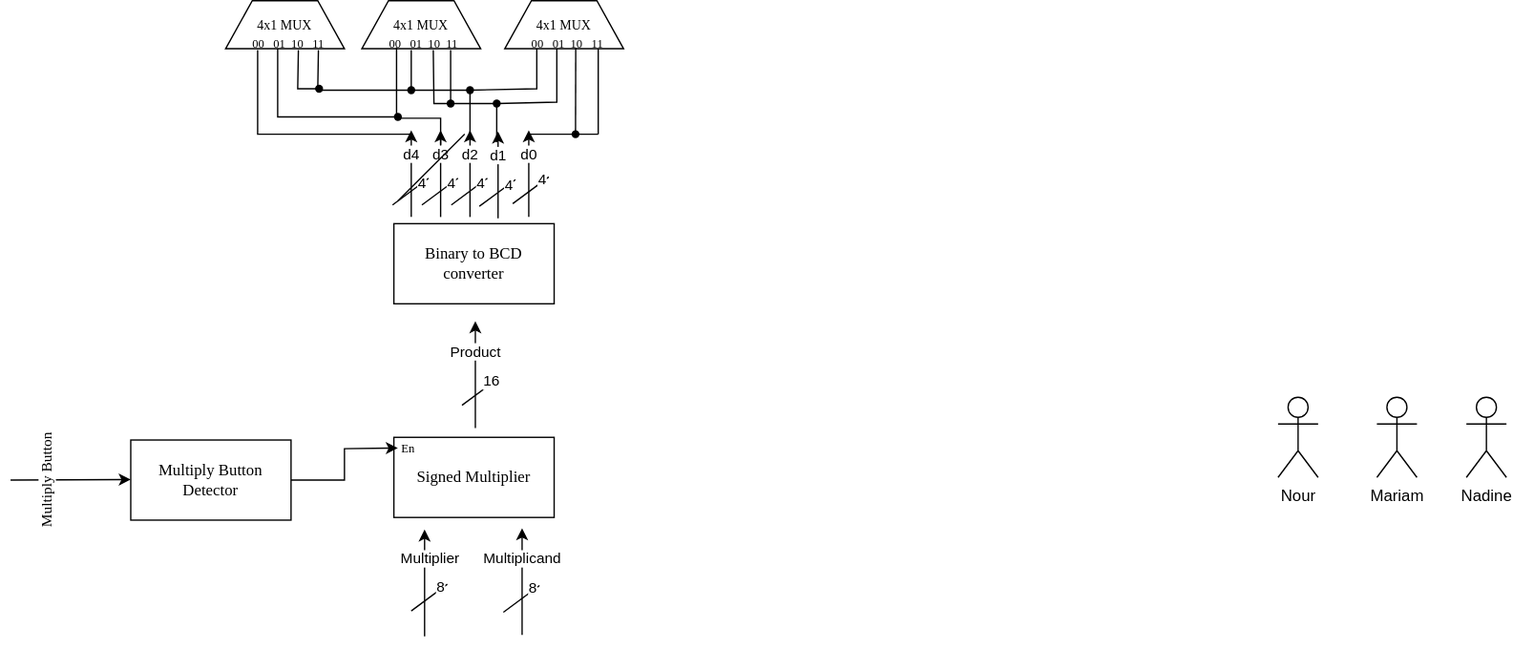
This is signed-multiplier.drawio.svg from nkasaby/Signed-Multiplier, a draw.io export, as it was before one commit. Source tidied: cells renumbered, new cells last; positions are measured from the earlier drawing's top-left corner, leaving out a move shared by most shapes.
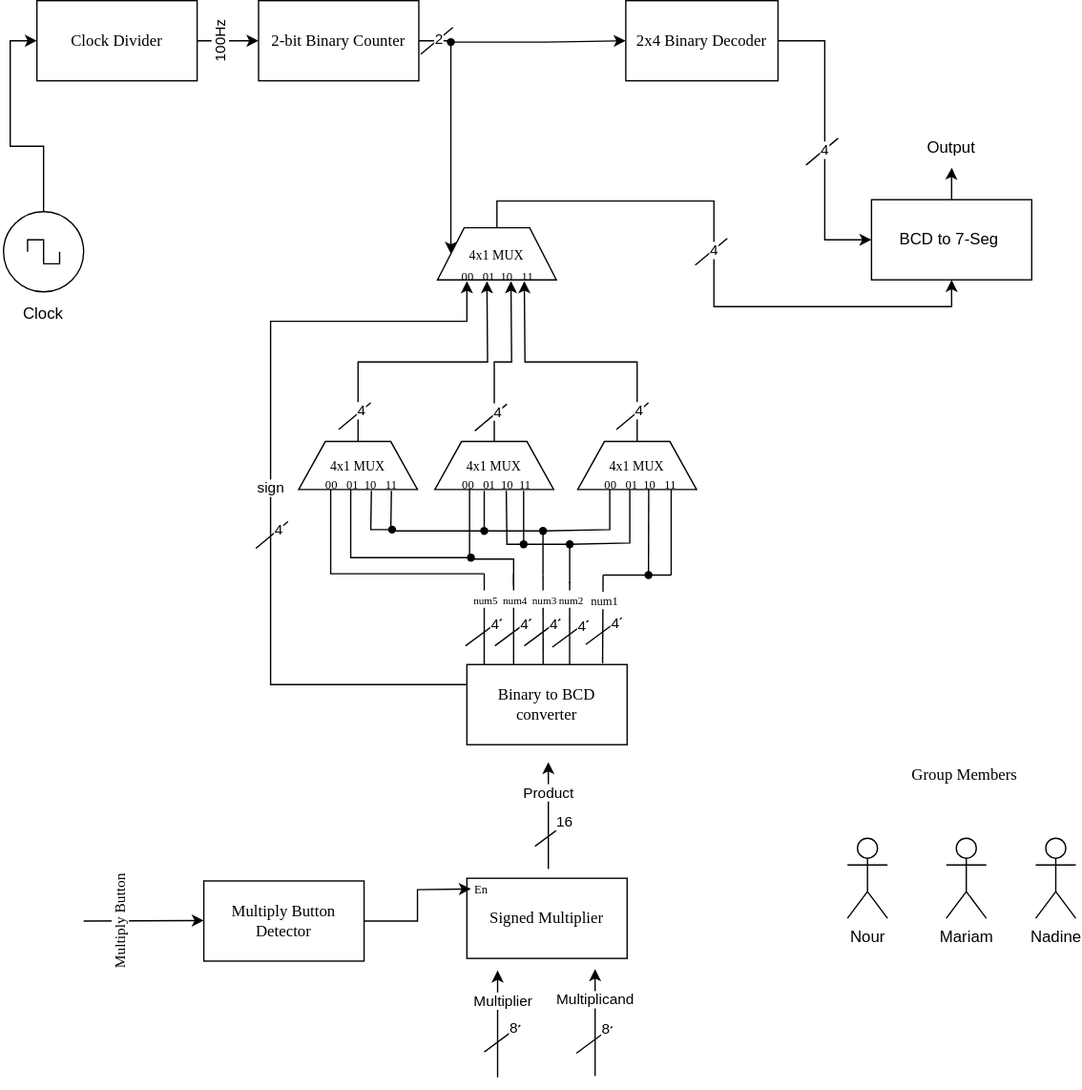
The same diagram one commit later.

Change to the diagram source:
```diff
@@ -65,2 +65,15 @@
     </mxCell>
+    <mxCell id="74" style="edgeStyle=orthogonalEdgeStyle;rounded=0;jettySize=auto;html=1;exitX=0;exitY=0.25;exitDx=0;exitDy=0;" parent="1" edge="1" source="15">
+      <mxGeometry relative="1" as="geometry">
+        <mxPoint x="287" y="-120" as="targetPoint" />
+        <Array as="points">
+          <mxPoint x="140" y="182" />
+          <mxPoint x="140" y="-90" />
+          <mxPoint x="287" y="-90" />
+        </Array>
+      </mxGeometry>
+    </mxCell>
+    <mxCell id="75" value="sign" style="edgeLabel;html=1;align=center;verticalAlign=middle;" parent="74" vertex="1">
+      <mxGeometry x="-0.01" y="1" relative="1" as="geometry" />
+    </mxCell>
     <mxCell id="15" value="&lt;font face=&quot;Times New Roman&quot;&gt;Binary to BCD converter&lt;/font&gt;" style="rounded=0;whiteSpace=wrap;html=1;" parent="1" vertex="1">
@@ -68,13 +81,2 @@
     </mxCell>
-    <mxCell id="16" style="endArrow=classic;html=1;rounded=0;" parent="1" edge="1">
-      <mxGeometry relative="1" as="geometry">
-        <mxPoint x="300" y="162" as="sourcePoint" />
-        <mxPoint x="300" y="97" as="targetPoint" />
-      </mxGeometry>
-    </mxCell>
-    <mxCell id="17" value="d4" style="edgeLabel;html=1;align=center;verticalAlign=middle;" parent="16" vertex="1">
-      <mxGeometry x="0.43" y="1" relative="1" as="geometry">
-        <mxPoint y="-1" as="offset" />
-      </mxGeometry>
-    </mxCell>
     <mxCell id="18" style="endArrow=none;html=1;rounded=0;" parent="1" edge="1">
@@ -90,13 +92,2 @@
     </mxCell>
-    <mxCell id="20" style="endArrow=classic;html=1;rounded=0;" parent="1" edge="1">
-      <mxGeometry relative="1" as="geometry">
-        <mxPoint x="322" y="162" as="sourcePoint" />
-        <mxPoint x="322" y="97" as="targetPoint" />
-      </mxGeometry>
-    </mxCell>
-    <mxCell id="21" value="d3" style="edgeLabel;html=1;align=center;verticalAlign=middle;" parent="20" vertex="1">
-      <mxGeometry x="0.43" y="1" relative="1" as="geometry">
-        <mxPoint y="-1" as="offset" />
-      </mxGeometry>
-    </mxCell>
     <mxCell id="22" style="endArrow=none;html=1;rounded=0;" parent="1" edge="1">
@@ -112,13 +103,2 @@
     </mxCell>
-    <mxCell id="24" style="endArrow=classic;html=1;rounded=0;" parent="1" edge="1">
-      <mxGeometry relative="1" as="geometry">
-        <mxPoint x="344" y="162" as="sourcePoint" />
-        <mxPoint x="344" y="97" as="targetPoint" />
-      </mxGeometry>
-    </mxCell>
-    <mxCell id="25" value="d2" style="edgeLabel;html=1;align=center;verticalAlign=middle;" parent="24" vertex="1">
-      <mxGeometry x="0.43" y="1" relative="1" as="geometry">
-        <mxPoint y="-1" as="offset" />
-      </mxGeometry>
-    </mxCell>
     <mxCell id="26" style="endArrow=none;html=1;rounded=0;" parent="1" edge="1">
@@ -134,13 +114,2 @@
     </mxCell>
-    <mxCell id="28" style="endArrow=classic;html=1;rounded=0;" parent="1" edge="1">
-      <mxGeometry relative="1" as="geometry">
-        <mxPoint x="365" y="163" as="sourcePoint" />
-        <mxPoint x="365" y="98" as="targetPoint" />
-      </mxGeometry>
-    </mxCell>
-    <mxCell id="29" value="d1" style="edgeLabel;html=1;align=center;verticalAlign=middle;" parent="28" vertex="1">
-      <mxGeometry x="0.43" y="1" relative="1" as="geometry">
-        <mxPoint y="-1" as="offset" />
-      </mxGeometry>
-    </mxCell>
     <mxCell id="30" style="endArrow=none;html=1;rounded=0;" parent="1" edge="1">
@@ -156,13 +125,2 @@
     </mxCell>
-    <mxCell id="32" style="endArrow=classic;html=1;rounded=0;" parent="1" edge="1">
-      <mxGeometry relative="1" as="geometry">
-        <mxPoint x="388" y="162" as="sourcePoint" />
-        <mxPoint x="388" y="97" as="targetPoint" />
-      </mxGeometry>
-    </mxCell>
-    <mxCell id="33" value="d0" style="edgeLabel;html=1;align=center;verticalAlign=middle;" parent="32" vertex="1">
-      <mxGeometry x="0.43" y="1" relative="1" as="geometry">
-        <mxPoint y="-1" as="offset" />
-      </mxGeometry>
-    </mxCell>
     <mxCell id="34" style="endArrow=none;html=1;rounded=0;" parent="1" edge="1">
@@ -174,13 +132,20 @@
     <mxCell id="35" value="4" style="edgeLabel;html=1;align=center;verticalAlign=middle;" parent="34" vertex="1">
-      <mxGeometry x="0.68" y="3" relative="1" as="geometry" />
+      <mxGeometry x="0.68" y="3" relative="1" as="geometry">
+        <mxPoint y="2" as="offset" />
+      </mxGeometry>
     </mxCell>
     <mxCell id="36" value="Nour" style="shape=umlActor;verticalLabelPosition=bottom;verticalAlign=top;html=1;" parent="1" vertex="1">
-      <mxGeometry x="949" y="297" width="30" height="60" as="geometry" />
+      <mxGeometry x="572" y="297" width="30" height="60" as="geometry" />
     </mxCell>
     <mxCell id="37" value="Mariam" style="shape=umlActor;verticalLabelPosition=bottom;verticalAlign=top;html=1;" parent="1" vertex="1">
-      <mxGeometry x="1023" y="297" width="30" height="60" as="geometry" />
+      <mxGeometry x="646" y="297" width="30" height="60" as="geometry" />
     </mxCell>
     <mxCell id="38" value="Nadine" style="shape=umlActor;verticalLabelPosition=bottom;verticalAlign=top;html=1;" parent="1" vertex="1">
-      <mxGeometry x="1090" y="297" width="30" height="60" as="geometry" />
+      <mxGeometry x="713" y="297" width="30" height="60" as="geometry" />
     </mxCell>
+    <mxCell id="76" style="edgeStyle=orthogonalEdgeStyle;rounded=0;jettySize=auto;html=1;exitX=0.5;exitY=0;exitDx=0;exitDy=0;" parent="1" edge="1" source="39">
+      <mxGeometry relative="1" as="geometry">
+        <mxPoint x="330" y="-120" as="targetPoint" />
+      </mxGeometry>
+    </mxCell>
     <mxCell id="39" value="&lt;font style=&quot;font-size: 10px;&quot; face=&quot;Times New Roman&quot;&gt;4x1 MUX&lt;/font&gt;" style="shape=trapezoid;perimeter=trapezoidPerimeter;whiteSpace=wrap;html=1;fixedSize=1;" parent="1" vertex="1">
@@ -188,8 +153,2 @@
     </mxCell>
-    <mxCell id="40" style="endArrow=none;html=1;rounded=0;" parent="1" edge="1">
-      <mxGeometry relative="1" as="geometry">
-        <mxPoint x="290" y="150" as="sourcePoint" />
-        <mxPoint x="340" y="100" as="targetPoint" />
-      </mxGeometry>
-    </mxCell>
     <mxCell id="41" style="endArrow=none;html=1;rounded=0;" parent="1" edge="1">
@@ -245,2 +204,7 @@
     </mxCell>
+    <mxCell id="77" style="edgeStyle=orthogonalEdgeStyle;rounded=0;jettySize=auto;html=1;exitX=0.5;exitY=0;exitDx=0;exitDy=0;" parent="1" edge="1" source="49">
+      <mxGeometry relative="1" as="geometry">
+        <mxPoint x="320" y="-120" as="targetPoint" />
+      </mxGeometry>
+    </mxCell>
     <mxCell id="49" value="&lt;font style=&quot;font-size: 10px;&quot; face=&quot;Times New Roman&quot;&gt;4x1 MUX&lt;/font&gt;" style="shape=trapezoid;perimeter=trapezoidPerimeter;whiteSpace=wrap;html=1;fixedSize=1;" parent="1" vertex="1">
@@ -248,2 +212,7 @@
     </mxCell>
+    <mxCell id="78" style="edgeStyle=orthogonalEdgeStyle;rounded=0;jettySize=auto;html=1;exitX=0.5;exitY=0;exitDx=0;exitDy=0;" parent="1" edge="1" source="50">
+      <mxGeometry relative="1" as="geometry">
+        <mxPoint x="302" y="-120" as="targetPoint" />
+      </mxGeometry>
+    </mxCell>
     <mxCell id="50" value="&lt;font style=&quot;font-size: 10px;&quot; face=&quot;Times New Roman&quot;&gt;4x1 MUX&lt;/font&gt;" style="shape=trapezoid;perimeter=trapezoidPerimeter;whiteSpace=wrap;html=1;fixedSize=1;" parent="1" vertex="1">
@@ -347,6 +316,6 @@
       <mxGeometry relative="1" as="geometry">
-        <mxPoint x="300" y="100" as="sourcePoint" />
-        <mxPoint x="185" y="37" as="targetPoint" />
+        <mxPoint x="300" y="99" as="sourcePoint" />
+        <mxPoint x="185" y="36" as="targetPoint" />
         <Array as="points">
-          <mxPoint x="185" y="100" />
+          <mxPoint x="185" y="99" />
         </Array>
@@ -376,2 +345,178 @@
     </mxCell>
+    <mxCell id="79" style="edgeStyle=orthogonalEdgeStyle;rounded=0;jettySize=auto;html=1;exitX=0.5;exitY=0;exitDx=0;exitDy=0;entryX=0.5;entryY=1;entryDx=0;entryDy=0;" parent="1" edge="1" source="80" target="91">
+      <mxGeometry relative="1" as="geometry" />
+    </mxCell>
+    <mxCell id="80" value="&lt;font style=&quot;font-size: 10px;&quot; face=&quot;Times New Roman&quot;&gt;4x1 MUX&lt;/font&gt;" style="shape=trapezoid;perimeter=trapezoidPerimeter;whiteSpace=wrap;html=1;fixedSize=1;" parent="1" vertex="1">
+      <mxGeometry x="265" y="-160" width="89" height="39" as="geometry" />
+    </mxCell>
+    <mxCell id="81" value="&lt;font style=&quot;font-size: 9px;&quot; face=&quot;Times New Roman&quot;&gt;&amp;nbsp; &amp;nbsp;00&amp;nbsp; &amp;nbsp;01&amp;nbsp; 10&amp;nbsp; &amp;nbsp;11&amp;nbsp;&lt;/font&gt;" style="text;html=1;strokeColor=none;fillColor=none;align=center;verticalAlign=middle;whiteSpace=wrap;rounded=0;" parent="1" vertex="1">
+      <mxGeometry x="272.5" y="-137" width="70" height="25" as="geometry" />
+    </mxCell>
+    <mxCell id="82" style="endArrow=none;html=1;rounded=0;" parent="1" edge="1">
+      <mxGeometry relative="1" as="geometry">
+        <mxPoint x="129" y="80" as="sourcePoint" />
+        <mxPoint x="153" y="60" as="targetPoint" />
+      </mxGeometry>
+    </mxCell>
+    <mxCell id="83" value="4" style="edgeLabel;html=1;align=center;verticalAlign=middle;" parent="82" vertex="1">
+      <mxGeometry x="0.39" y="1" relative="1" as="geometry" />
+    </mxCell>
+    <mxCell id="84" style="endArrow=none;html=1;rounded=0;" parent="1" edge="1">
+      <mxGeometry relative="1" as="geometry">
+        <mxPoint x="191" y="-9" as="sourcePoint" />
+        <mxPoint x="215" y="-29" as="targetPoint" />
+      </mxGeometry>
+    </mxCell>
+    <mxCell id="85" value="4" style="edgeLabel;html=1;align=center;verticalAlign=middle;" parent="84" vertex="1">
+      <mxGeometry x="0.39" y="1" relative="1" as="geometry" />
+    </mxCell>
+    <mxCell id="86" style="endArrow=none;html=1;rounded=0;" parent="1" edge="1">
+      <mxGeometry relative="1" as="geometry">
+        <mxPoint x="293" y="-8" as="sourcePoint" />
+        <mxPoint x="317" y="-28" as="targetPoint" />
+      </mxGeometry>
+    </mxCell>
+    <mxCell id="87" value="4" style="edgeLabel;html=1;align=center;verticalAlign=middle;" parent="86" vertex="1">
+      <mxGeometry x="0.39" y="1" relative="1" as="geometry" />
+    </mxCell>
+    <mxCell id="88" style="endArrow=none;html=1;rounded=0;" parent="1" edge="1">
+      <mxGeometry relative="1" as="geometry">
+        <mxPoint x="399" y="-9" as="sourcePoint" />
+        <mxPoint x="423" y="-29" as="targetPoint" />
+      </mxGeometry>
+    </mxCell>
+    <mxCell id="89" value="4" style="edgeLabel;html=1;align=center;verticalAlign=middle;" parent="88" vertex="1">
+      <mxGeometry x="0.39" y="1" relative="1" as="geometry" />
+    </mxCell>
+    <mxCell id="90" style="edgeStyle=orthogonalEdgeStyle;rounded=0;jettySize=auto;html=1;exitX=0.5;exitY=0;exitDx=0;exitDy=0;" parent="1" edge="1" source="91" target="120">
+      <mxGeometry relative="1" as="geometry" />
+    </mxCell>
+    <mxCell id="91" value="BCD to 7-Seg&amp;nbsp;" style="rounded=0;whiteSpace=wrap;html=1;" parent="1" vertex="1">
+      <mxGeometry x="590" y="-181" width="120" height="60" as="geometry" />
+    </mxCell>
+    <mxCell id="92" style="endArrow=none;html=1;rounded=0;" parent="1" edge="1">
+      <mxGeometry relative="1" as="geometry">
+        <mxPoint x="458" y="-132" as="sourcePoint" />
+        <mxPoint x="482" y="-152" as="targetPoint" />
+      </mxGeometry>
+    </mxCell>
+    <mxCell id="93" value="4" style="edgeLabel;html=1;align=center;verticalAlign=middle;" parent="92" vertex="1">
+      <mxGeometry x="0.39" y="1" relative="1" as="geometry">
+        <mxPoint x="-3" y="3" as="offset" />
+      </mxGeometry>
+    </mxCell>
+    <mxCell id="94" style="endArrow=none;html=1;rounded=0;exitX=0.108;exitY=-0.003;exitDx=0;exitDy=0;exitPerimeter=0;" parent="1" edge="1" source="15">
+      <mxGeometry relative="1" as="geometry">
+        <mxPoint x="300" y="99" as="targetPoint" />
+      </mxGeometry>
+    </mxCell>
+    <mxCell id="95" value="&lt;font style=&quot;font-size: 8px;&quot; face=&quot;Times New Roman&quot;&gt;num5&lt;/font&gt;" style="edgeLabel;html=1;align=center;verticalAlign=middle;" parent="94" vertex="1">
+      <mxGeometry x="0.48" relative="1" as="geometry" />
+    </mxCell>
+    <mxCell id="96" style="endArrow=none;html=1;rounded=0;exitX=0.108;exitY=-0.003;exitDx=0;exitDy=0;exitPerimeter=0;" parent="1" edge="1">
+      <mxGeometry relative="1" as="geometry">
+        <mxPoint x="322" y="167" as="sourcePoint" />
+        <mxPoint x="322" y="99" as="targetPoint" />
+      </mxGeometry>
+    </mxCell>
+    <mxCell id="97" value="&lt;font style=&quot;font-size: 8px;&quot; face=&quot;Times New Roman&quot;&gt;num4&lt;/font&gt;" style="edgeLabel;html=1;align=center;verticalAlign=middle;" parent="96" vertex="1">
+      <mxGeometry x="0.48" relative="1" as="geometry" />
+    </mxCell>
+    <mxCell id="98" style="endArrow=none;html=1;rounded=0;exitX=0.476;exitY=0.01;exitDx=0;exitDy=0;exitPerimeter=0;" parent="1" edge="1" source="15">
+      <mxGeometry relative="1" as="geometry">
+        <mxPoint x="344" y="100" as="targetPoint" />
+      </mxGeometry>
+    </mxCell>
+    <mxCell id="99" value="&lt;font style=&quot;font-size: 8px;&quot; face=&quot;Times New Roman&quot;&gt;num3&lt;/font&gt;" style="edgeLabel;html=1;align=center;verticalAlign=middle;" parent="98" vertex="1">
+      <mxGeometry x="0.48" relative="1" as="geometry" />
+    </mxCell>
+    <mxCell id="100" style="endArrow=none;html=1;rounded=0;exitX=0.641;exitY=0.007;exitDx=0;exitDy=0;exitPerimeter=0;" parent="1" edge="1" source="15">
+      <mxGeometry relative="1" as="geometry">
+        <mxPoint x="364" y="105" as="targetPoint" />
+      </mxGeometry>
+    </mxCell>
+    <mxCell id="101" value="&lt;font style=&quot;font-size: 8px;&quot; face=&quot;Times New Roman&quot;&gt;num2&lt;/font&gt;" style="edgeLabel;html=1;align=center;verticalAlign=middle;" parent="100" vertex="1">
+      <mxGeometry x="0.48" relative="1" as="geometry">
+        <mxPoint y="-4" as="offset" />
+      </mxGeometry>
+    </mxCell>
+    <mxCell id="102" style="endArrow=none;html=1;rounded=0;exitX=0.847;exitY=-0.016;exitDx=0;exitDy=0;exitPerimeter=0;" parent="1" edge="1" source="15">
+      <mxGeometry relative="1" as="geometry">
+        <mxPoint x="389" y="100" as="targetPoint" />
+      </mxGeometry>
+    </mxCell>
+    <mxCell id="103" value="&lt;font style=&quot;font-size: 9px;&quot; face=&quot;Times New Roman&quot;&gt;num1&lt;/font&gt;" style="edgeLabel;html=1;align=center;verticalAlign=middle;" parent="102" vertex="1">
+      <mxGeometry x="0.48" relative="1" as="geometry" />
+    </mxCell>
+    <mxCell id="104" style="edgeStyle=orthogonalEdgeStyle;rounded=0;jettySize=auto;html=1;" parent="1" edge="1" source="106" target="108">
+      <mxGeometry relative="1" as="geometry" />
+    </mxCell>
+    <mxCell id="105" value="100Hz" style="edgeLabel;html=1;align=center;verticalAlign=middle;rotation=270;" parent="104" vertex="1">
+      <mxGeometry x="-0.3" relative="1" as="geometry">
+        <mxPoint y="1" as="offset" />
+      </mxGeometry>
+    </mxCell>
+    <mxCell id="106" value="&lt;font face=&quot;Times New Roman&quot;&gt;Clock Divider&lt;/font&gt;" style="rounded=0;whiteSpace=wrap;html=1;" parent="1" vertex="1">
+      <mxGeometry x="-35" y="-330" width="120" height="60" as="geometry" />
+    </mxCell>
+    <mxCell id="107" style="edgeStyle=orthogonalEdgeStyle;rounded=0;jettySize=auto;html=1;exitX=1;exitY=0.5;exitDx=0;exitDy=0;entryX=0;entryY=0.5;entryDx=0;entryDy=0;" parent="1" edge="1" source="108" target="80">
+      <mxGeometry relative="1" as="geometry" />
+    </mxCell>
+    <mxCell id="108" value="&lt;font face=&quot;Times New Roman&quot;&gt;2-bit Binary Counter&lt;/font&gt;" style="rounded=0;whiteSpace=wrap;html=1;" parent="1" vertex="1">
+      <mxGeometry x="131" y="-330" width="120" height="60" as="geometry" />
+    </mxCell>
+    <mxCell id="109" style="edgeStyle=orthogonalEdgeStyle;rounded=0;jettySize=auto;html=1;exitX=1;exitY=0.5;exitDx=0;exitDy=0;entryX=0;entryY=0.5;entryDx=0;entryDy=0;" parent="1" edge="1" source="110" target="91">
+      <mxGeometry relative="1" as="geometry" />
+    </mxCell>
+    <mxCell id="110" value="&lt;font face=&quot;Times New Roman&quot;&gt;2x4 Binary Decoder&lt;/font&gt;" style="rounded=0;whiteSpace=wrap;html=1;" parent="1" vertex="1">
+      <mxGeometry x="406" y="-330" width="114" height="60" as="geometry" />
+    </mxCell>
+    <mxCell id="111" value="Clock" style="text;html=1;strokeColor=none;fillColor=none;align=center;verticalAlign=middle;whiteSpace=wrap;rounded=0;" parent="1" vertex="1">
+      <mxGeometry x="-60" y="-110" width="60" height="30" as="geometry" />
+    </mxCell>
+    <mxCell id="112" style="edgeStyle=orthogonalEdgeStyle;rounded=0;jettySize=auto;html=1;exitX=0.5;exitY=0;exitDx=0;exitDy=0;exitPerimeter=0;entryX=0;entryY=0.5;entryDx=0;entryDy=0;" parent="1" edge="1" source="113" target="106">
+      <mxGeometry relative="1" as="geometry" />
+    </mxCell>
+    <mxCell id="113" style="verticalLabelPosition=bottom;shadow=0;dashed=0;align=center;html=1;verticalAlign=top;shape=mxgraph.electrical.signal_sources.source;points=[[0.5,0,0],[1,0.5,0],[0.5,1,0],[0,0.5,0]];elSignalType=square;" parent="1" vertex="1">
+      <mxGeometry x="-60" y="-172" width="60" height="60" as="geometry" />
+    </mxCell>
+    <mxCell id="114" style="edgeStyle=orthogonalEdgeStyle;rounded=0;jettySize=auto;html=1;entryX=0;entryY=0.5;entryDx=0;entryDy=0;" parent="1" edge="1" source="115" target="110">
+      <mxGeometry relative="1" as="geometry">
+        <Array as="points">
+          <mxPoint x="346" y="-299" />
+          <mxPoint x="346" y="-300" />
+        </Array>
+      </mxGeometry>
+    </mxCell>
+    <mxCell id="115" style="shape=waypoint;sketch=0;fillStyle=solid;size=6;points=[];fillColor=none;perimeter=centerPerimeter;snapToPoint=1;" parent="1" vertex="1">
+      <mxGeometry x="265" y="-309" width="20" height="20" as="geometry" />
+    </mxCell>
+    <mxCell id="116" style="endArrow=none;html=1;rounded=0;" parent="1" edge="1">
+      <mxGeometry relative="1" as="geometry">
+        <mxPoint x="541" y="-207" as="sourcePoint" />
+        <mxPoint x="565" y="-227" as="targetPoint" />
+      </mxGeometry>
+    </mxCell>
+    <mxCell id="117" value="4" style="edgeLabel;html=1;align=center;verticalAlign=middle;" parent="116" vertex="1">
+      <mxGeometry x="0.39" y="1" relative="1" as="geometry">
+        <mxPoint x="-3" y="3" as="offset" />
+      </mxGeometry>
+    </mxCell>
+    <mxCell id="118" style="endArrow=none;html=1;rounded=0;" parent="1" edge="1">
+      <mxGeometry relative="1" as="geometry">
+        <mxPoint x="252.5" y="-290" as="sourcePoint" />
+        <mxPoint x="276.5" y="-310" as="targetPoint" />
+      </mxGeometry>
+    </mxCell>
+    <mxCell id="119" value="2" style="edgeLabel;html=1;align=center;verticalAlign=middle;" parent="118" vertex="1">
+      <mxGeometry x="0.39" y="1" relative="1" as="geometry">
+        <mxPoint x="-3" y="3" as="offset" />
+      </mxGeometry>
+    </mxCell>
+    <mxCell id="120" value="Output" style="text;html=1;strokeColor=none;fillColor=none;align=center;verticalAlign=middle;whiteSpace=wrap;rounded=0;" parent="1" vertex="1">
+      <mxGeometry x="620.2" y="-235" width="60" height="30" as="geometry" />
+    </mxCell>
+    <mxCell id="121" value="&lt;font face=&quot;Times New Roman&quot;&gt;Group Members&lt;/font&gt;" style="text;html=1;strokeColor=none;fillColor=none;align=center;verticalAlign=middle;whiteSpace=wrap;rounded=0;" parent="1" vertex="1">
+      <mxGeometry x="580" y="235" width="160" height="30" as="geometry" />
+    </mxCell>
   </root>
```
